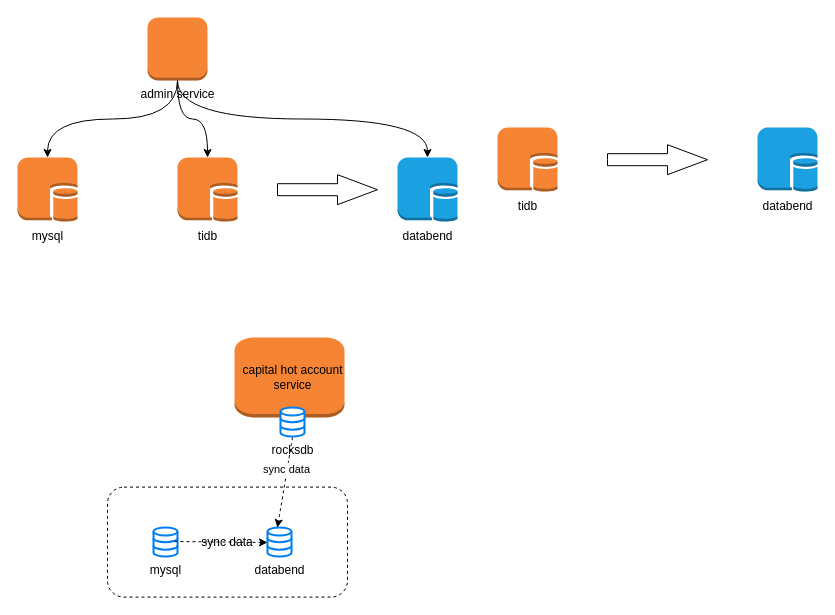
Above: doc/migrate-to-databend.drawio in jackjoesh/databend (draw.io), before the change. Source tidied: cells renumbered, new cells numbered last; positions are measured from the earlier drawing's top-left corner, leaving out a move shared by most shapes. Both pictures are drawn from the tidied source at 100%, with x=0, y=0 at pixel (17, 17).
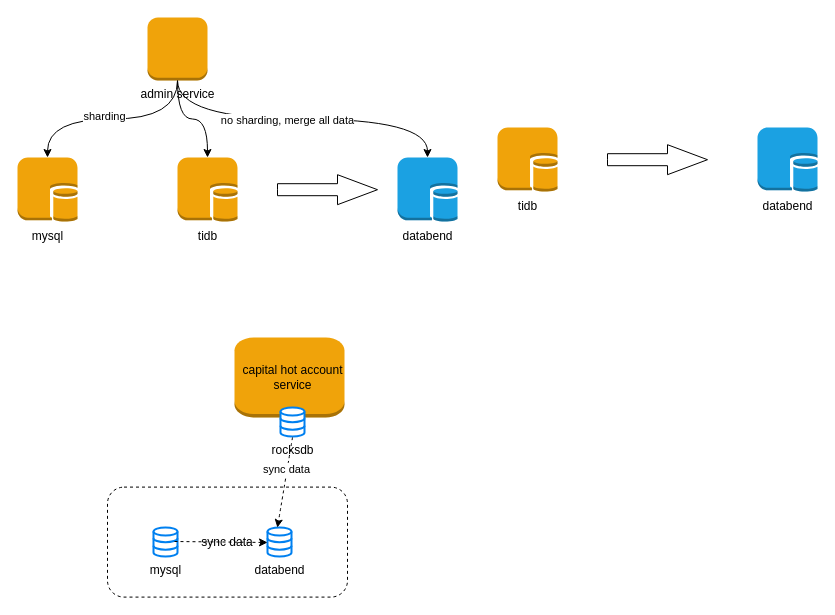
The same diagram, later.

Unchanged cells that the change refers to:
```xml
<mxCell id="2" style="edgeStyle=orthogonalEdgeStyle;jettySize=auto;html=1;exitX=0.5;exitY=1;exitDx=0;exitDy=0;exitPerimeter=0;curved=1;" parent="1" edge="1" source="4" target="5">
  <mxGeometry relative="1" as="geometry" />
</mxCell>
<mxCell id="3" style="edgeStyle=orthogonalEdgeStyle;jettySize=auto;html=1;exitX=0.5;exitY=1;exitDx=0;exitDy=0;exitPerimeter=0;curved=1;" parent="1" edge="1" source="4" target="6">
  <mxGeometry relative="1" as="geometry" />
</mxCell>
```

The edit, as a diff of the source:
```diff
@@
+    <mxCell id="22" value="sharding" style="edgeLabel;html=1;align=center;verticalAlign=middle;" parent="2" vertex="1">
+      <mxGeometry x="0.09" y="-3" relative="1" as="geometry">
+        <mxPoint x="1" as="offset" />
+      </mxGeometry>
+    </mxCell>
@@
+    <mxCell id="23" value="no sharding, merge all data" style="edgeLabel;html=1;align=center;verticalAlign=middle;" parent="3" vertex="1">
+      <mxGeometry x="-0.1" relative="1" as="geometry">
+        <mxPoint x="1" y="1" as="offset" />
+      </mxGeometry>
+    </mxCell>
-    <mxCell id="4" value="admin service" style="outlineConnect=0;dashed=0;verticalLabelPosition=bottom;verticalAlign=top;align=center;html=1;shape=mxgraph.aws3.instance;fillColor=#F58534;gradientColor=none;" parent="1" vertex="1">
+    <mxCell id="4" value="admin service" style="outlineConnect=0;dashed=0;verticalLabelPosition=bottom;verticalAlign=top;align=center;html=1;shape=mxgraph.aws3.instance;fillColor=#f0a30a;fontColor=#000000;strokeColor=#BD7000;" parent="1" vertex="1">
       <mxGeometry x="130" width="60" height="63" as="geometry" />
     </mxCell>
-    <mxCell id="5" value="mysql" style="outlineConnect=0;dashed=0;verticalLabelPosition=bottom;verticalAlign=top;align=center;html=1;shape=mxgraph.aws3.db_on_instance;fillColor=#F58534;gradientColor=none;" parent="1" vertex="1">
+    <mxCell id="5" value="mysql" style="outlineConnect=0;dashed=0;verticalLabelPosition=bottom;verticalAlign=top;align=center;html=1;shape=mxgraph.aws3.db_on_instance;fillColor=#f0a30a;fontColor=#000000;strokeColor=#BD7000;" parent="1" vertex="1">
       <mxGeometry y="140" width="60" height="64.5" as="geometry" />
     </mxCell>
@@
-    <mxCell id="7" value="tidb" style="outlineConnect=0;dashed=0;verticalLabelPosition=bottom;verticalAlign=top;align=center;html=1;shape=mxgraph.aws3.db_on_instance;fillColor=#F58534;gradientColor=none;" parent="1" vertex="1">
+    <mxCell id="7" value="tidb" style="outlineConnect=0;dashed=0;verticalLabelPosition=bottom;verticalAlign=top;align=center;html=1;shape=mxgraph.aws3.db_on_instance;fillColor=#f0a30a;fontColor=#000000;strokeColor=#BD7000;" parent="1" vertex="1">
       <mxGeometry x="160" y="140" width="60" height="64.5" as="geometry" />
     </mxCell>
@@
-    <mxCell id="10" value="tidb" style="dashed=0;verticalLabelPosition=bottom;verticalAlign=top;align=center;html=1;shape=mxgraph.aws3.db_on_instance;fillColor=#F58534;gradientColor=none;" parent="1" vertex="1">
+    <mxCell id="10" value="tidb" style="dashed=0;verticalLabelPosition=bottom;verticalAlign=top;align=center;html=1;shape=mxgraph.aws3.db_on_instance;fillColor=#f0a30a;fontColor=#000000;strokeColor=#BD7000;" parent="1" vertex="1">
       <mxGeometry x="480" y="110" width="60" height="64.5" as="geometry" />
     </mxCell>
@@
-    <mxCell id="13" style="dashed=0;verticalLabelPosition=bottom;verticalAlign=top;align=center;html=1;shape=mxgraph.aws3.instance;fillColor=#F58534;gradientColor=none;" parent="1" vertex="1">
+    <mxCell id="13" style="dashed=0;verticalLabelPosition=bottom;verticalAlign=top;align=center;html=1;shape=mxgraph.aws3.instance;fillColor=#f0a30a;fontColor=#000000;strokeColor=#BD7000;" parent="1" vertex="1">
       <mxGeometry x="217" y="320" width="110" height="80" as="geometry" />
     </mxCell>
```
